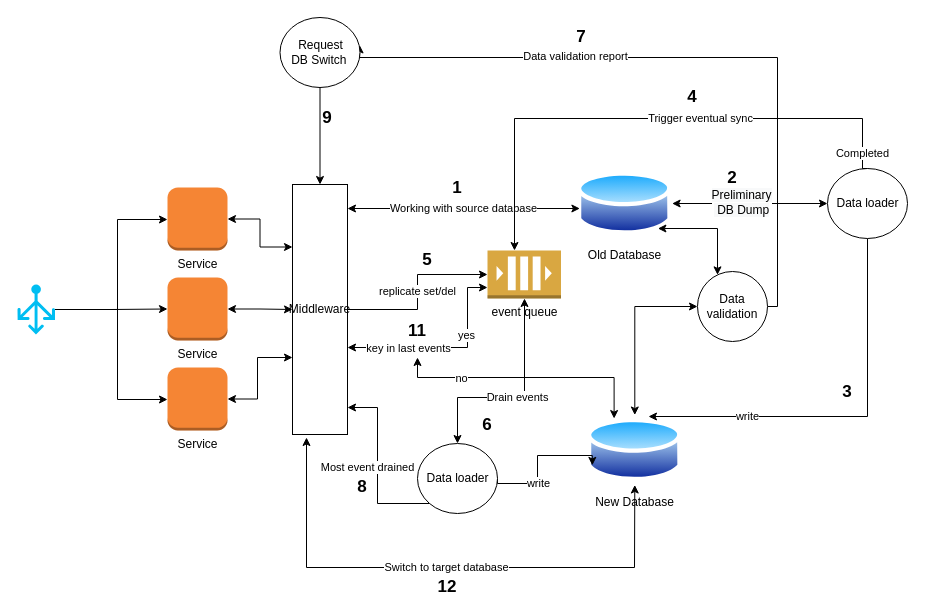
Above: Untitled Diagram.drawio in eladh/database-migration (draw.io), before the change. Source tidied: cells renumbered, new cells numbered last; positions are measured from the earlier drawing's top-left corner, leaving out a move shared by most shapes. Both pictures are drawn from the tidied source at 100%, with x=0, y=0 at pixel (17, 17).
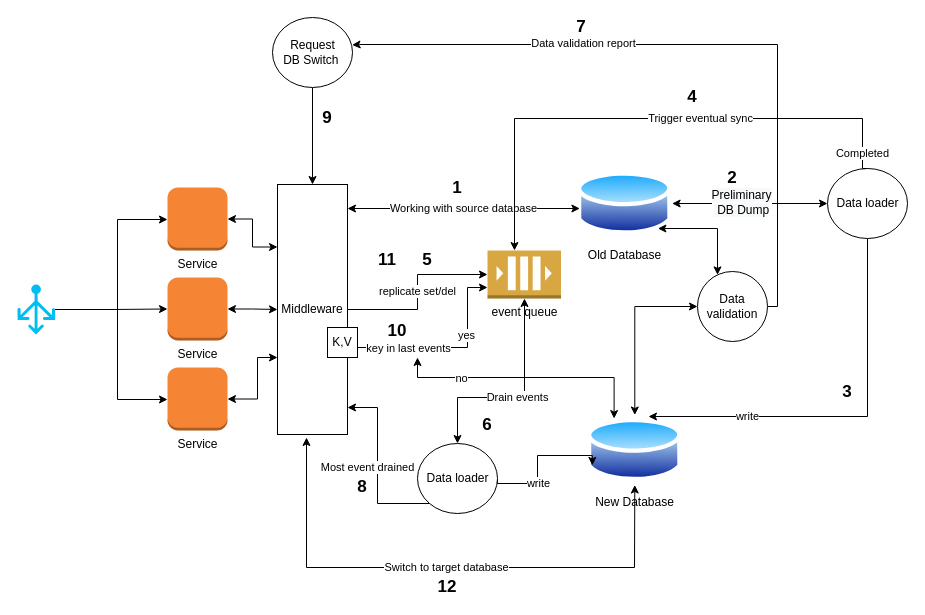
After the change.

Unchanged cells that the change refers to:
```xml
<mxCell id="35" value="Data validation" style="ellipse;whiteSpace=wrap;html=1;" parent="1" vertex="1">
  <mxGeometry x="680" y="254" width="70" height="70" as="geometry" />
</mxCell>
```

Change to the diagram source:
```diff
@@
     <mxCell id="20" value="Middleware" style="rounded=0;whiteSpace=wrap;html=1;" parent="1" vertex="1">
-      <mxGeometry x="275" y="167" width="55" height="250" as="geometry" />
+      <mxGeometry x="260" y="167" width="70" height="250" as="geometry" />
     </mxCell>
@@
     <mxCell id="33" style="edgeStyle=orthogonalEdgeStyle;rounded=0;jettySize=auto;html=1;startArrow=none;startFill=0;entryX=0.995;entryY=0.392;entryDx=0;entryDy=0;entryPerimeter=0;" parent="1" edge="1" source="35" target="37">
       <mxGeometry relative="1" as="geometry">
         <Array as="points">
           <mxPoint x="760" y="289" />
-          <mxPoint x="760" y="40" />
-          <mxPoint x="342" y="40" />
+          <mxPoint x="760" y="27" />
+          <mxPoint x="342" y="27" />
         </Array>
       </mxGeometry>
     </mxCell>
@@
     <mxCell id="37" value="Request&lt;br&gt;DB Switch&amp;nbsp;" style="shape=ellipse;html=1;dashed=0;whitespace=wrap;perimeter=ellipsePerimeter;" parent="1" vertex="1">
-      <mxGeometry x="262.5" width="80" height="70" as="geometry" />
+      <mxGeometry x="255" width="80" height="70" as="geometry" />
     </mxCell>
@@
     <mxCell id="48" value="&lt;b&gt;&lt;font style=&quot;font-size: 17px&quot;&gt;7&lt;/font&gt;&lt;/b&gt;" style="text;html=1;strokeColor=none;fillColor=none;align=center;verticalAlign=middle;whiteSpace=wrap;rounded=0;" parent="1" vertex="1">
-      <mxGeometry x="543.5" y="10" width="40" height="20" as="geometry" />
+      <mxGeometry x="543.5" width="40" height="20" as="geometry" />
     </mxCell>
@@
     <mxCell id="51" value="&lt;b&gt;&lt;font style=&quot;font-size: 17px&quot;&gt;11&lt;/font&gt;&lt;/b&gt;" style="text;html=1;strokeColor=none;fillColor=none;align=center;verticalAlign=middle;whiteSpace=wrap;rounded=0;" parent="1" vertex="1">
-      <mxGeometry x="380" y="304" width="40" height="20" as="geometry" />
+      <mxGeometry x="350" y="233" width="40" height="20" as="geometry" />
     </mxCell>
@@
+    <mxCell id="53" value="K,V" style="whiteSpace=wrap;html=1;" parent="1" vertex="1">
+      <mxGeometry x="310" y="310" width="30" height="30" as="geometry" />
+    </mxCell>
+    <mxCell id="54" value="&lt;b&gt;&lt;font style=&quot;font-size: 17px&quot;&gt;10&lt;/font&gt;&lt;/b&gt;" style="text;html=1;strokeColor=none;fillColor=none;align=center;verticalAlign=middle;whiteSpace=wrap;rounded=0;" parent="1" vertex="1">
+      <mxGeometry x="360" y="304" width="40" height="20" as="geometry" />
+    </mxCell>
```
